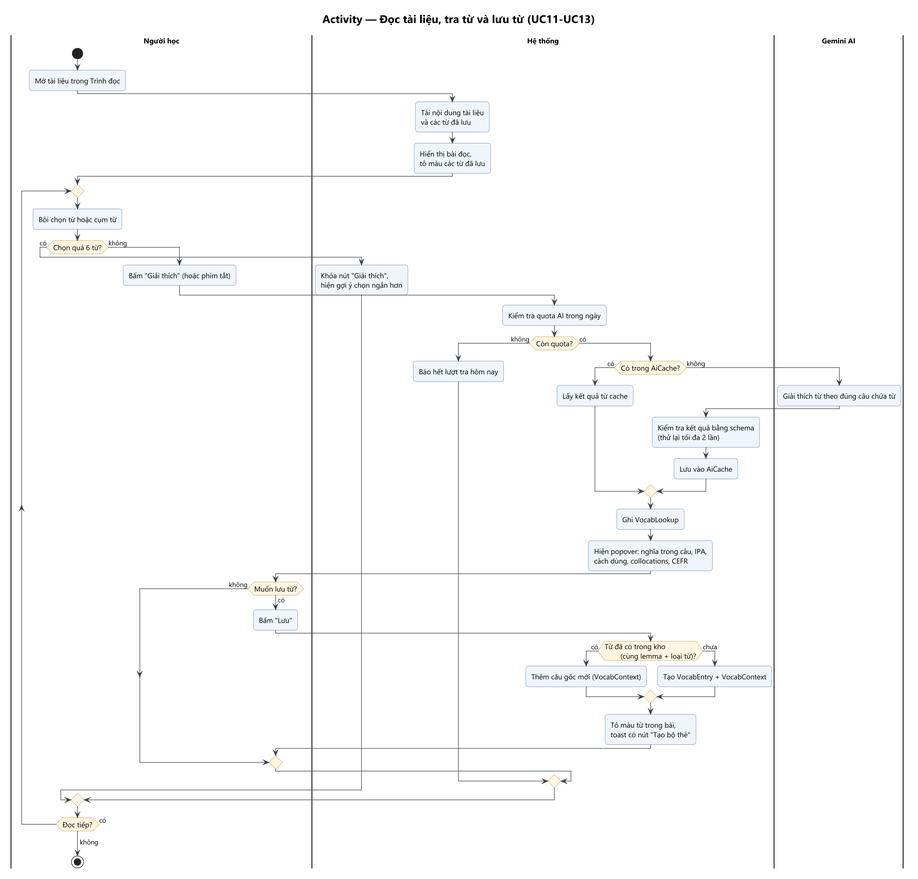
The PlantUML diagram Analysis_Design/03_Activity/act-01-tra-va-luu-tu.png in Ac-2836/WebDev-FinalProject-LinMaster, before a commit.
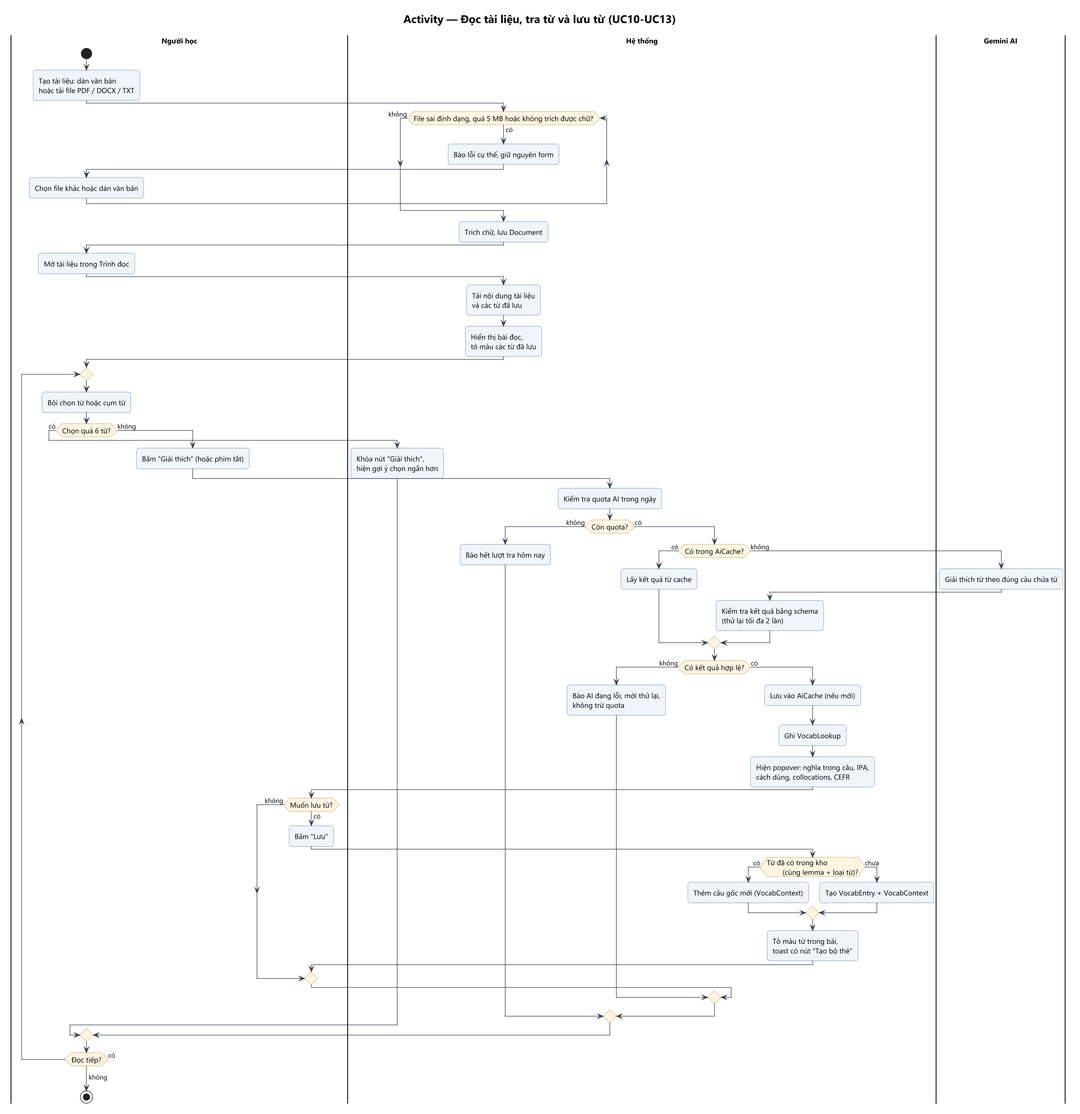
Above is the later version.

Commit message:
docs(design): add file and AI error branches to reading activity

Refs #7

The edit, as a diff of the source:
```diff
@@ -1,8 +1,19 @@
 @startuml act-01-tra-va-luu-tu
 !include ../_style.iuml
-title Activity — Đọc tài liệu, tra từ và lưu từ (UC11-UC13)
+title Activity — Đọc tài liệu, tra từ và lưu từ (UC10-UC13)
 |Người học|
 start
+:Tạo tài liệu: dán văn bản
+hoặc tải file PDF / DOCX / TXT;
+|Hệ thống|
+while (File sai định dạng, quá 5 MB hoặc không trích được chữ?) is (có)
+  :Báo lỗi cụ thể, giữ nguyên form;
+  |Người học|
+  :Chọn file khác hoặc dán văn bản;
+  |Hệ thống|
+endwhile (không)
+:Trích chữ, lưu Document;
+|Người học|
 :Mở tài liệu trong Trình đọc;
 |Hệ thống|
 :Tải nội dung tài liệu
@@ -32,8 +43,12 @@
         |Hệ thống|
         :Kiểm tra kết quả bằng schema
         (thử lại tối đa 2 lần);
-        :Lưu vào AiCache;
       endif
+      if (Có kết quả hợp lệ?) then (không)
+        :Báo AI đang lỗi, mời thử lại,
+        không trừ quota;
+      else (có)
+      :Lưu vào AiCache (nếu mới);
       :Ghi VocabLookup;
       :Hiện popover: nghĩa trong câu, IPA,
       cách dùng, collocations, CEFR;
@@ -51,6 +66,7 @@
         toast có nút "Tạo bộ thẻ";
       else (không)
       endif
+      endif
     endif
   endif
   |Người học|
```
